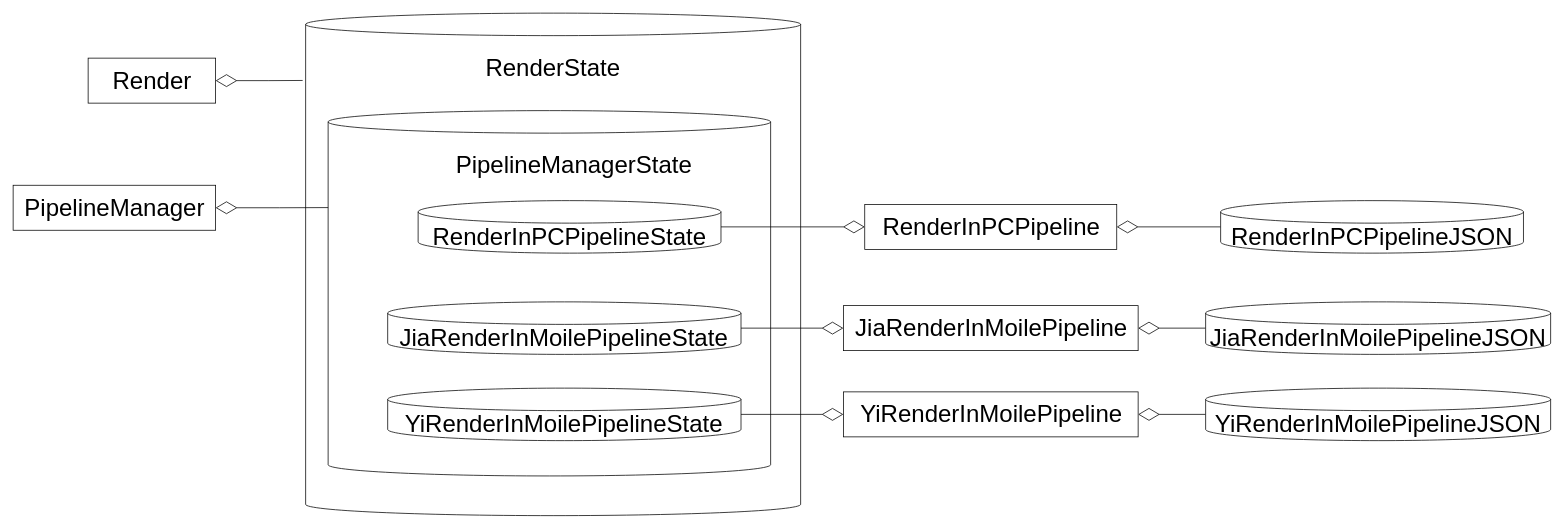
Earlier version of the draw.io diagram packages/管道模式/story_improve/data_view.drawio (yyc-git/3DProgramPattern). Source tidied: cells renumbered, new cells numbered last; positions are measured from the earlier drawing's top-left corner, leaving out a move shared by most shapes. Both pictures are drawn from the tidied source at 75%, with x=0, y=0 at pixel (13, 13).
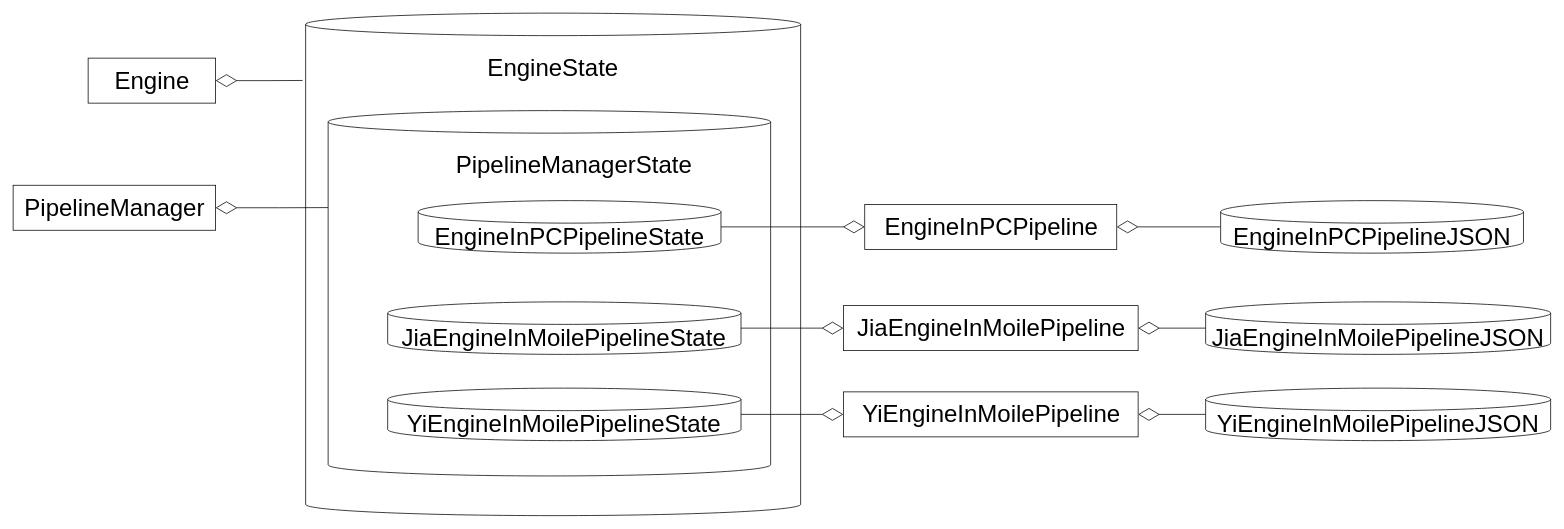
The same diagram, later.

Diff of the diagram source:
```diff
@@
-    <mxCell id="5" value="Render" style="html=1;fontSize=32;" parent="1" vertex="1">
+    <mxCell id="5" value="Engine" style="html=1;fontSize=32;" parent="1" vertex="1">
       <mxGeometry x="100" y="60" width="170" height="60" as="geometry" />
     </mxCell>
@@
-    <mxCell id="10" value="RenderInPCPipeline" style="html=1;fontSize=32;" parent="1" vertex="1">
+    <mxCell id="10" value="EngineInPCPipeline" style="html=1;fontSize=32;" parent="1" vertex="1">
       <mxGeometry x="1135.5" y="255" width="336" height="60" as="geometry" />
     </mxCell>
-    <mxCell id="11" value="&lt;span style=&quot;font-size: 32px&quot;&gt;RenderInPCPipelineState&lt;/span&gt;" style="shape=cylinder3;whiteSpace=wrap;html=1;boundedLbl=1;backgroundOutline=1;size=15;" parent="1" vertex="1">
+    <mxCell id="11" value="&lt;span style=&quot;font-size: 32px&quot;&gt;EngineInPCPipelineState&lt;/span&gt;" style="shape=cylinder3;whiteSpace=wrap;html=1;boundedLbl=1;backgroundOutline=1;size=15;" parent="1" vertex="1">
       <mxGeometry x="540" y="250" width="403.8" height="70" as="geometry" />
     </mxCell>
-    <mxCell id="12" value="&lt;span style=&quot;font-size: 32px&quot;&gt;RenderInPCPipelineJSON&lt;/span&gt;" style="shape=cylinder3;whiteSpace=wrap;html=1;boundedLbl=1;backgroundOutline=1;size=15;" parent="1" vertex="1">
+    <mxCell id="12" value="&lt;span style=&quot;font-size: 32px&quot;&gt;EngineInPCPipelineJSON&lt;/span&gt;" style="shape=cylinder3;whiteSpace=wrap;html=1;boundedLbl=1;backgroundOutline=1;size=15;" parent="1" vertex="1">
       <mxGeometry x="1610" y="250" width="403.8" height="70" as="geometry" />
     </mxCell>
@@
-    <mxCell id="15" value="JiaRenderInMoilePipeline" style="html=1;fontSize=32;" parent="1" vertex="1">
+    <mxCell id="15" value="JiaEngineInMoilePipeline" style="html=1;fontSize=32;" parent="1" vertex="1">
       <mxGeometry x="1107" y="390" width="393" height="60" as="geometry" />
     </mxCell>
@@
-    <mxCell id="18" value="YiRenderInMoilePipeline" style="html=1;fontSize=32;" parent="1" vertex="1">
+    <mxCell id="18" value="YiEngineInMoilePipeline" style="html=1;fontSize=32;" parent="1" vertex="1">
       <mxGeometry x="1107" y="505" width="393" height="60" as="geometry" />
     </mxCell>
-    <mxCell id="19" value="&lt;span style=&quot;font-size: 32px&quot;&gt;JiaRenderInMoilePipelineState&lt;/span&gt;" style="shape=cylinder3;whiteSpace=wrap;html=1;boundedLbl=1;backgroundOutline=1;size=15;" parent="1" vertex="1">
+    <mxCell id="19" value="&lt;span style=&quot;font-size: 32px&quot;&gt;JiaEngineInMoilePipelineState&lt;/span&gt;" style="shape=cylinder3;whiteSpace=wrap;html=1;boundedLbl=1;backgroundOutline=1;size=15;" parent="1" vertex="1">
       <mxGeometry x="499.4" y="385" width="471.1" height="70" as="geometry" />
     </mxCell>
-    <mxCell id="20" value="&lt;span style=&quot;font-size: 32px&quot;&gt;YiRenderInMoilePipelineState&lt;/span&gt;" style="shape=cylinder3;whiteSpace=wrap;html=1;boundedLbl=1;backgroundOutline=1;size=15;" parent="1" vertex="1">
+    <mxCell id="20" value="&lt;span style=&quot;font-size: 32px&quot;&gt;YiEngineInMoilePipelineState&lt;/span&gt;" style="shape=cylinder3;whiteSpace=wrap;html=1;boundedLbl=1;backgroundOutline=1;size=15;" parent="1" vertex="1">
       <mxGeometry x="499.4" y="500" width="471.1" height="70" as="geometry" />
     </mxCell>
-    <mxCell id="21" value="&lt;font style=&quot;font-size: 32px&quot;&gt;RenderState&lt;/font&gt;" style="text;html=1;strokeColor=none;fillColor=none;align=center;verticalAlign=middle;whiteSpace=wrap;rounded=0;" parent="1" vertex="1">
+    <mxCell id="21" value="&lt;font style=&quot;font-size: 32px&quot;&gt;EngineState&lt;/font&gt;" style="text;html=1;strokeColor=none;fillColor=none;align=center;verticalAlign=middle;whiteSpace=wrap;rounded=0;" parent="1" vertex="1">
       <mxGeometry x="692.3" y="50" width="55.5" height="45.9" as="geometry" />
     </mxCell>
@@
-    <mxCell id="23" value="&lt;span style=&quot;font-size: 32px&quot;&gt;JiaRenderInMoilePipelineJSON&lt;/span&gt;" style="shape=cylinder3;whiteSpace=wrap;html=1;boundedLbl=1;backgroundOutline=1;size=15;" parent="1" vertex="1">
+    <mxCell id="23" value="&lt;span style=&quot;font-size: 32px&quot;&gt;JiaEngineInMoilePipelineJSON&lt;/span&gt;" style="shape=cylinder3;whiteSpace=wrap;html=1;boundedLbl=1;backgroundOutline=1;size=15;" parent="1" vertex="1">
       <mxGeometry x="1590" y="385" width="460" height="70" as="geometry" />
     </mxCell>
-    <mxCell id="24" value="&lt;span style=&quot;font-size: 32px&quot;&gt;YiRenderInMoilePipelineJSON&lt;/span&gt;" style="shape=cylinder3;whiteSpace=wrap;html=1;boundedLbl=1;backgroundOutline=1;size=15;" parent="1" vertex="1">
+    <mxCell id="24" value="&lt;span style=&quot;font-size: 32px&quot;&gt;YiEngineInMoilePipelineJSON&lt;/span&gt;" style="shape=cylinder3;whiteSpace=wrap;html=1;boundedLbl=1;backgroundOutline=1;size=15;" parent="1" vertex="1">
       <mxGeometry x="1590" y="500" width="460" height="70" as="geometry" />
     </mxCell>
```
